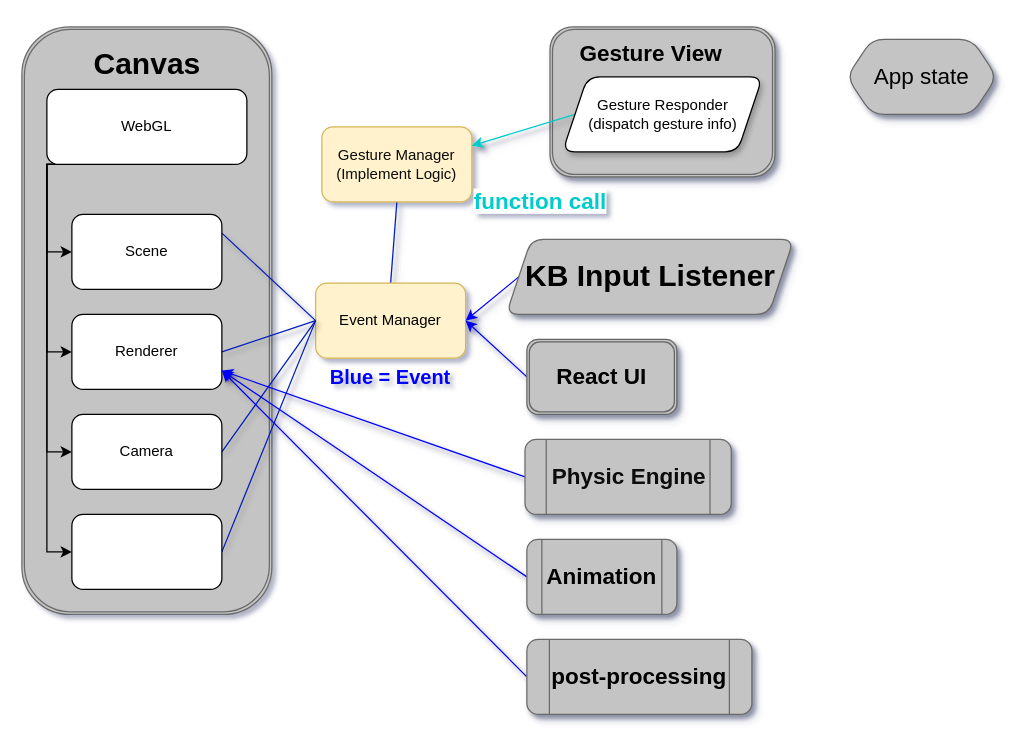
ben39053372/expo-three-editor keeps this draw.io diagram as doc/.drawio. Above is the earlier version. Source tidied: cells renumbered, new cells numbered last; positions are measured from the earlier drawing's top-left corner, leaving out a move shared by most shapes. Both pictures are drawn from the tidied source at 125%, with x=0, y=0 at pixel (21, 26).
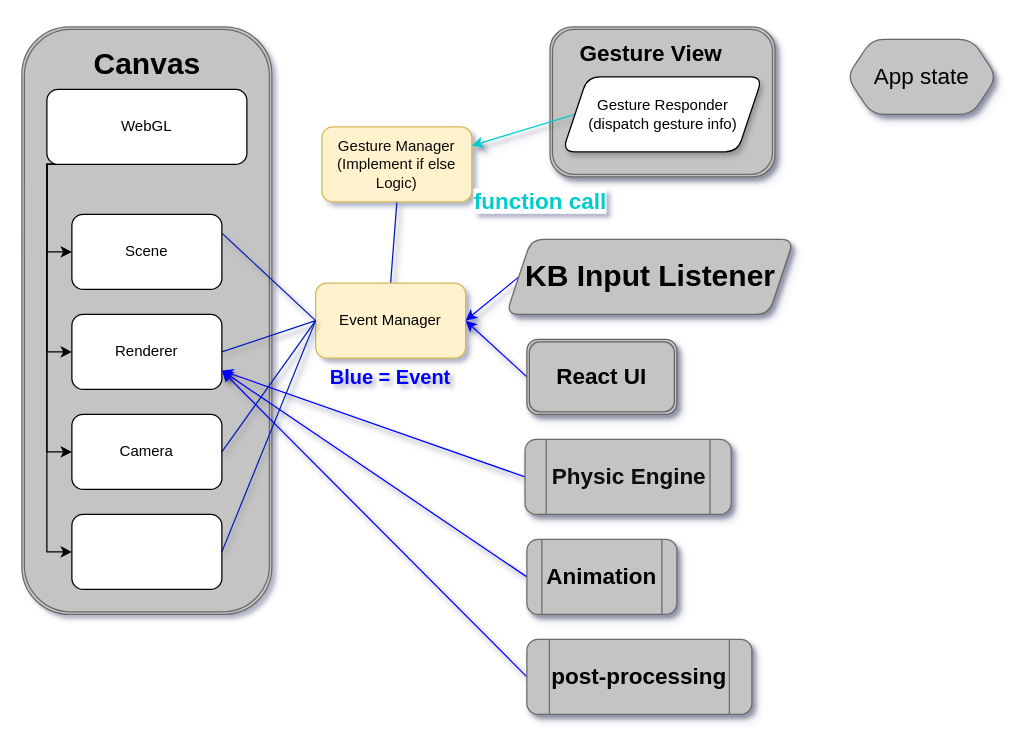
The same diagram, later.

Change to the diagram source:
```diff
@@
-    <mxCell id="9" value="&lt;font color=&quot;#0a0a0a&quot;&gt;Gesture Manager&lt;br&gt;(Implement Logic)&lt;br&gt;&lt;/font&gt;" style="rounded=1;whiteSpace=wrap;html=1;fillColor=#fff2cc;strokeColor=#d6b656;" parent="1" vertex="1">
+    <mxCell id="9" value="&lt;font color=&quot;#0a0a0a&quot;&gt;Gesture Manager&lt;br&gt;(Implement if else Logic)&lt;br&gt;&lt;/font&gt;" style="rounded=1;whiteSpace=wrap;html=1;fillColor=#fff2cc;strokeColor=#d6b656;" parent="1" vertex="1">
       <mxGeometry x="240" y="80" width="120" height="60" as="geometry" />
     </mxCell>
```
